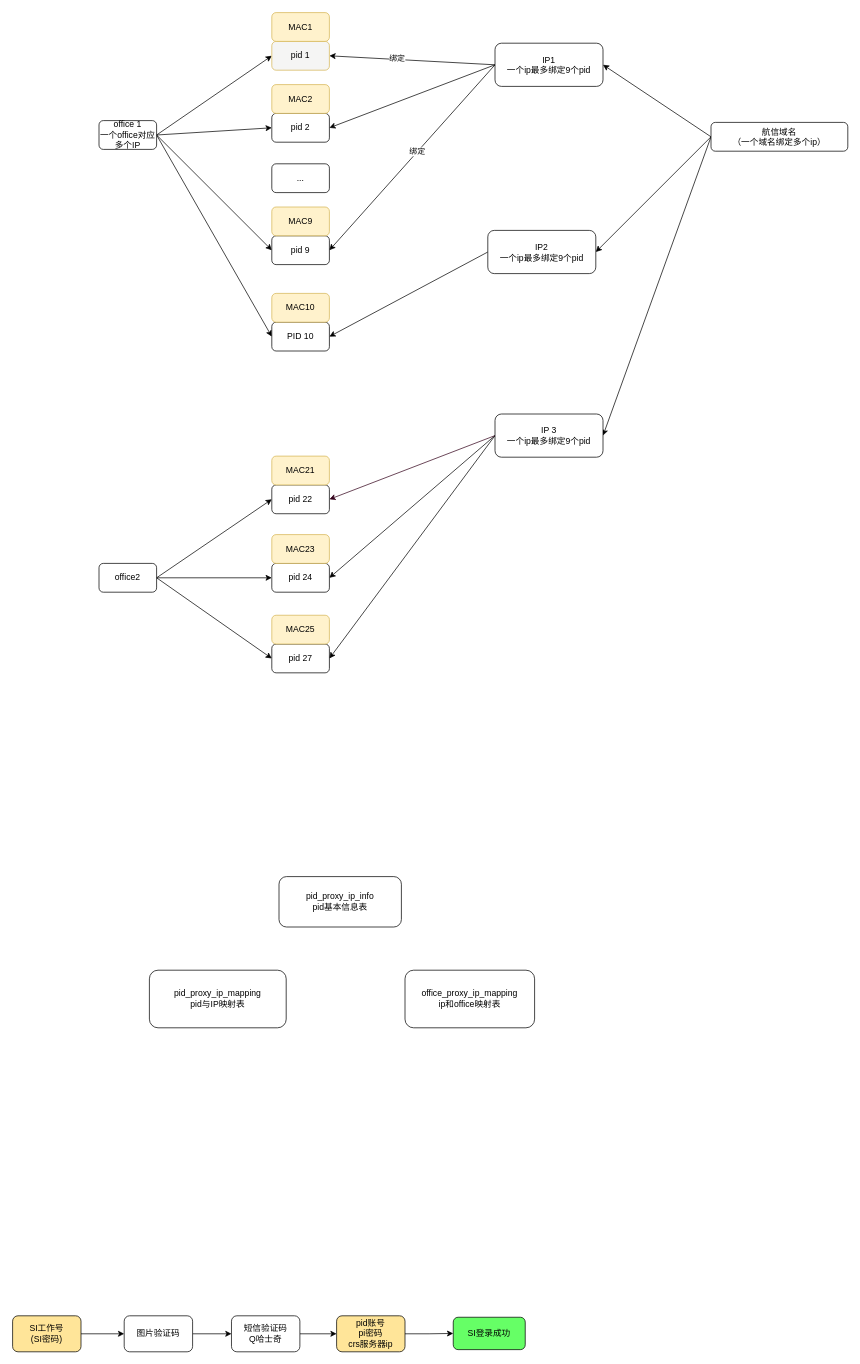
This is page "06-pid" (6 of 6) of 01-系统日常梳理.drawio from liuzhongye/draw-io, a draw.io file, before an edit. Source tidied: cells renumbered, new cells numbered last; positions are measured from the earlier drawing's top-left corner, leaving out a move shared by most shapes. Both pictures are drawn from the tidied source at 72%, with x=0, y=0 at pixel (12, 12).
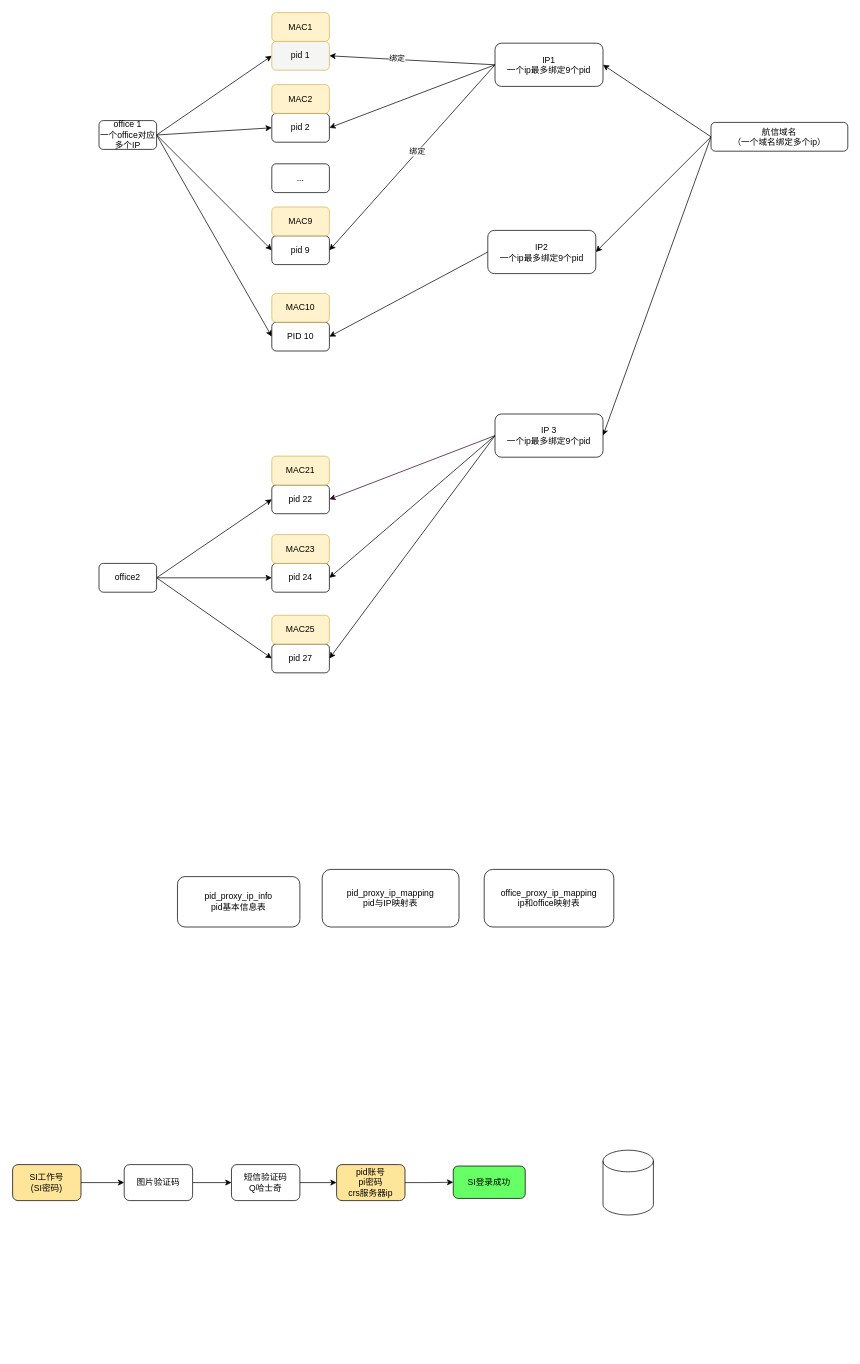
Above is the later version.

Commit message:
更新01-系统日常梳理.drawio

The edit, as a diff of the source:
```diff
@@
     <mxCell id="42" value="pid_proxy_ip_info&lt;br&gt;pid基本信息表" style="rounded=1;whiteSpace=wrap;html=1;" parent="1" vertex="1">
-      <mxGeometry x="370" y="1200" width="170" height="70" as="geometry" />
+      <mxGeometry x="229" y="1200" width="170" height="70" as="geometry" />
     </mxCell>
     <mxCell id="43" value="pid_proxy_ip_mapping&lt;br&gt;pid与IP映射表" style="rounded=1;whiteSpace=wrap;html=1;" parent="1" vertex="1">
-      <mxGeometry x="190" y="1330" width="190" height="80" as="geometry" />
+      <mxGeometry x="430" y="1190" width="190" height="80" as="geometry" />
     </mxCell>
     <mxCell id="44" value="office_proxy_ip_mapping&lt;br&gt;ip和office映射表" style="rounded=1;whiteSpace=wrap;html=1;" parent="1" vertex="1">
-      <mxGeometry x="545" y="1330" width="180" height="80" as="geometry" />
+      <mxGeometry x="655" y="1190" width="180" height="80" as="geometry" />
     </mxCell>
@@
     <mxCell id="46" value="SI工作号&lt;br&gt;(SI密码)" style="rounded=1;whiteSpace=wrap;html=1;fillColor=#FFE599;" parent="1" vertex="1">
-      <mxGeometry y="1810" width="95" height="50" as="geometry" />
+      <mxGeometry y="1600" width="95" height="50" as="geometry" />
     </mxCell>
@@
     <mxCell id="48" value="图片验证码" style="rounded=1;whiteSpace=wrap;html=1;" parent="1" vertex="1">
-      <mxGeometry x="155" y="1810" width="95" height="50" as="geometry" />
+      <mxGeometry x="155" y="1600" width="95" height="50" as="geometry" />
     </mxCell>
@@
     <mxCell id="50" value="短信验证码&lt;br&gt;Q哈士奇" style="rounded=1;whiteSpace=wrap;html=1;" parent="1" vertex="1">
-      <mxGeometry x="304" y="1810" width="95" height="50" as="geometry" />
+      <mxGeometry x="304" y="1600" width="95" height="50" as="geometry" />
     </mxCell>
@@
     <mxCell id="52" value="pid账号&lt;br&gt;pi密码&lt;br&gt;crs服务器ip" style="rounded=1;whiteSpace=wrap;html=1;fillColor=#FFE599;" parent="1" vertex="1">
-      <mxGeometry x="450" y="1810" width="95" height="50" as="geometry" />
+      <mxGeometry x="450" y="1600" width="95" height="50" as="geometry" />
     </mxCell>
     <mxCell id="53" value="SI登录成功" style="rounded=1;whiteSpace=wrap;html=1;fillColor=#66FF66;" parent="1" vertex="1">
-      <mxGeometry x="612" y="1812" width="100" height="45" as="geometry" />
+      <mxGeometry x="612" y="1602" width="100" height="45" as="geometry" />
     </mxCell>
+    <mxCell id="54" style="shape=cylinder3;whiteSpace=wrap;html=1;boundedLbl=1;backgroundOutline=1;size=15;" parent="1" vertex="1">
+      <mxGeometry x="820" y="1580" width="70" height="90" as="geometry" />
+    </mxCell>
```
